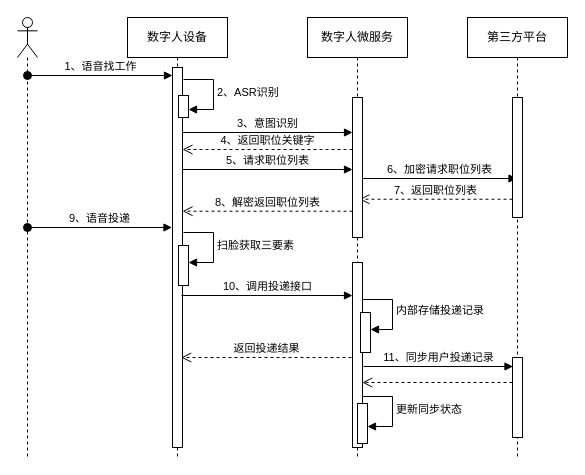
This is 未命名绘图.drawio from zhuxuchao/zhuxuchao.github.io, a draw.io file, before an edit. Source tidied: cells renumbered, new cells numbered last; positions are measured from the earlier drawing's top-left corner, leaving out a move shared by most shapes. Both pictures are drawn from the tidied source at 100%, with x=0, y=0 at pixel (17, 17).
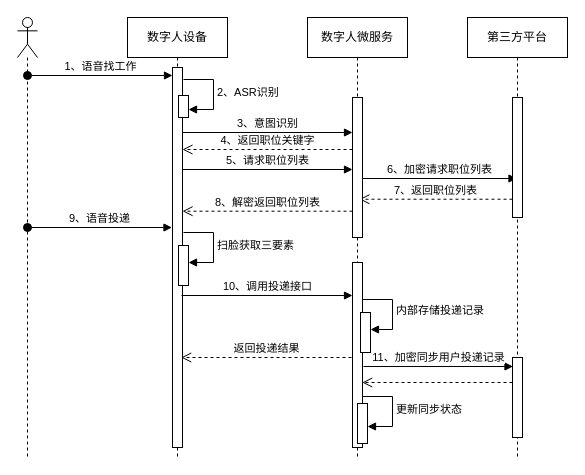
After the change.

Commit message:
更新未命名绘图.drawio

The edit, as a diff of the source:
```diff
@@
-    <mxCell id="24" value="11、同步用户投递记录" style="html=1;verticalAlign=bottom;endArrow=block;curved=0;rounded=0;" parent="1" edge="1">
+    <mxCell id="24" value="11、加密同步用户投递记录" style="html=1;verticalAlign=bottom;endArrow=block;curved=0;rounded=0;" parent="1" edge="1">
       <mxGeometry relative="1" as="geometry">
         <mxPoint x="346" y="349" as="sourcePoint" />
         <mxPoint x="495.5" y="349" as="targetPoint" />
       </mxGeometry>
     </mxCell>
```
